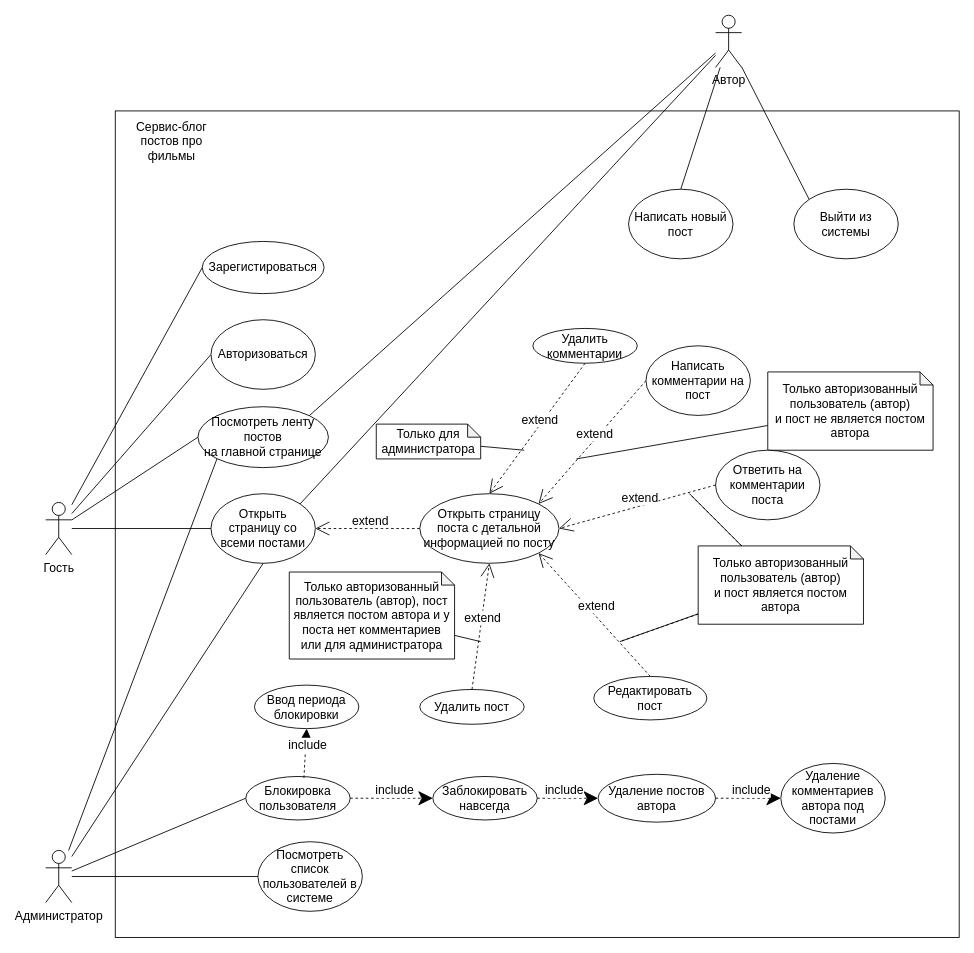
This is blog.drawio from VitaliiPopov00/Praktika_IV1-21, a draw.io file, before an edit. Source tidied: cells renumbered, new cells numbered last; positions are measured from the earlier drawing's top-left corner, leaving out a move shared by most shapes. Both pictures are drawn from the tidied source at 87%, with x=0, y=0 at pixel (45, 15).
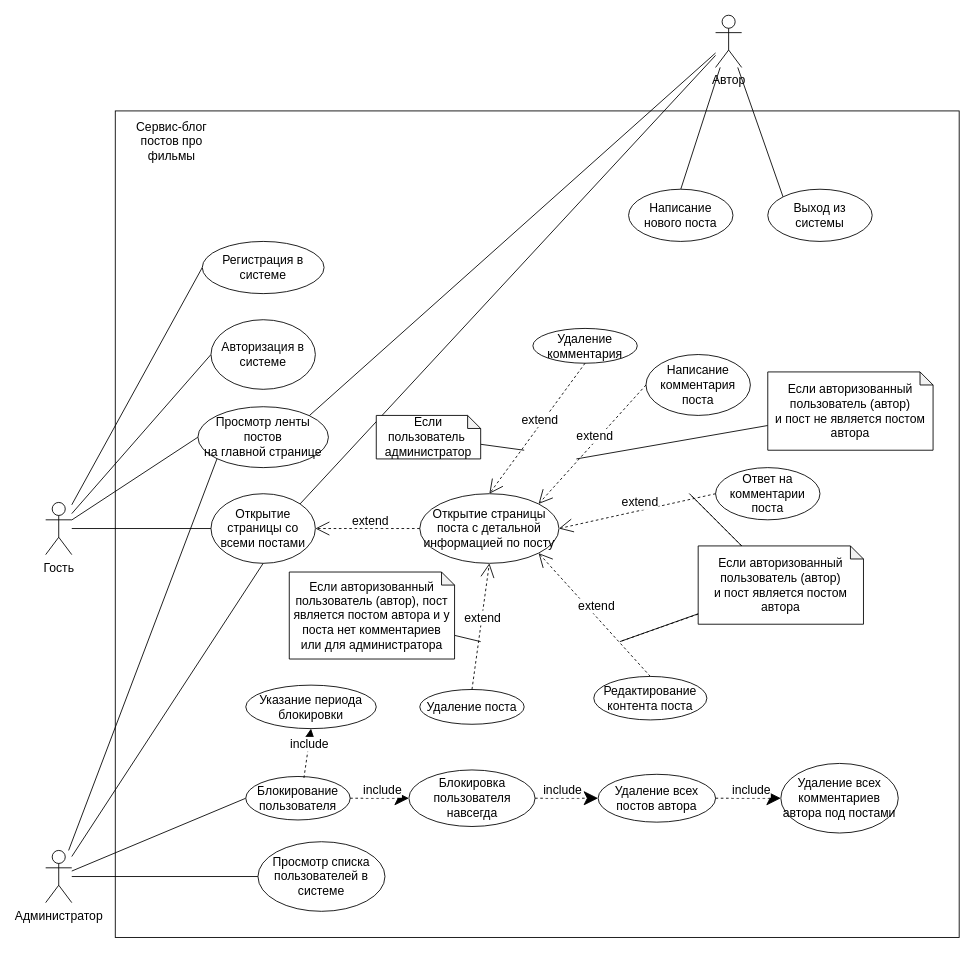
The same page after the edit.

The edit, as a diff of the source:
```diff
@@
-    <mxCell id="8" value="&lt;div&gt;Посмотреть ленту постов&lt;/div&gt;&lt;div&gt;на главной странице&lt;br&gt;&lt;/div&gt;" style="ellipse;whiteSpace=wrap;html=1;fontSize=14;" parent="1" vertex="1">
+    <mxCell id="8" value="&lt;div&gt;Просмотр ленты постов&lt;/div&gt;&lt;div&gt;на главной странице&lt;br&gt;&lt;/div&gt;" style="ellipse;whiteSpace=wrap;html=1;fontSize=14;" parent="1" vertex="1">
       <mxGeometry x="175" y="450" width="150" height="70" as="geometry" />
     </mxCell>
-    <mxCell id="9" value="Открыть страницу со всеми постами" style="ellipse;whiteSpace=wrap;html=1;fontSize=14;" parent="1" vertex="1">
+    <mxCell id="9" value="Открытие страницы со всеми постами" style="ellipse;whiteSpace=wrap;html=1;fontSize=14;" parent="1" vertex="1">
       <mxGeometry x="190" y="550" width="120" height="80" as="geometry" />
     </mxCell>
-    <mxCell id="10" value="Открыть страницу поста с детальной информацией по посту" style="ellipse;whiteSpace=wrap;html=1;fontSize=14;" parent="1" vertex="1">
+    <mxCell id="10" value="Открытие страницы поста с детальной информацией по посту" style="ellipse;whiteSpace=wrap;html=1;fontSize=14;" parent="1" vertex="1">
       <mxGeometry x="430" y="550" width="160" height="80" as="geometry" />
     </mxCell>
@@
-    <mxCell id="13" value="Зарегистироваться" style="ellipse;whiteSpace=wrap;html=1;fontSize=14;" parent="1" vertex="1">
+    <mxCell id="13" value="Регистрация в системе" style="ellipse;whiteSpace=wrap;html=1;fontSize=14;" parent="1" vertex="1">
       <mxGeometry x="180" y="260" width="140" height="60" as="geometry" />
     </mxCell>
-    <mxCell id="14" value="Авторизоваться" style="ellipse;whiteSpace=wrap;html=1;fontSize=14;" parent="1" vertex="1">
+    <mxCell id="14" value="Авторизация в системе" style="ellipse;whiteSpace=wrap;html=1;fontSize=14;" parent="1" vertex="1">
       <mxGeometry x="190" y="350" width="120" height="80" as="geometry" />
     </mxCell>
@@
-    <mxCell id="20" value="Написать комментарии на пост" style="ellipse;whiteSpace=wrap;html=1;fontSize=14;" parent="1" vertex="1">
-      <mxGeometry x="690" y="380" width="120" height="80" as="geometry" />
+    <mxCell id="20" value="Написание комментария поста" style="ellipse;whiteSpace=wrap;html=1;fontSize=14;" parent="1" vertex="1">
+      <mxGeometry x="690" y="390" width="120" height="70" as="geometry" />
     </mxCell>
@@
-    <mxCell id="24" value="&lt;div&gt;Только авторизованный пользователь (автор)&lt;/div&gt;&lt;div&gt;и пост не является постом автора&lt;br&gt;&lt;/div&gt;" style="shape=note;whiteSpace=wrap;html=1;backgroundOutline=1;darkOpacity=0.05;fontSize=14;size=15;" parent="1" vertex="1">
+    <mxCell id="24" value="&lt;div&gt;Если авторизованный пользователь (автор)&lt;/div&gt;&lt;div&gt;и пост не является постом автора&lt;br&gt;&lt;/div&gt;" style="shape=note;whiteSpace=wrap;html=1;backgroundOutline=1;darkOpacity=0.05;fontSize=14;size=15;" parent="1" vertex="1">
       <mxGeometry x="830" y="410" width="190" height="90" as="geometry" />
     </mxCell>
-    <mxCell id="25" value="Ответить на комментарии поста" style="ellipse;whiteSpace=wrap;html=1;fontSize=14;" parent="1" vertex="1">
-      <mxGeometry x="770" y="500" width="120" height="80" as="geometry" />
+    <mxCell id="25" value="Ответ на комментарии поста" style="ellipse;whiteSpace=wrap;html=1;fontSize=14;" parent="1" vertex="1">
+      <mxGeometry x="770" y="520" width="120" height="60" as="geometry" />
     </mxCell>
@@
-    <mxCell id="30" value="&lt;div&gt;Только авторизованный пользователь (автор)&lt;/div&gt;&lt;div&gt;и пост является постом автора&lt;br&gt;&lt;/div&gt;" style="shape=note;whiteSpace=wrap;html=1;backgroundOutline=1;darkOpacity=0.05;fontSize=14;size=15;" parent="1" vertex="1">
+    <mxCell id="30" value="&lt;div&gt;Если авторизованный пользователь (автор)&lt;/div&gt;&lt;div&gt;и пост является постом автора&lt;br&gt;&lt;/div&gt;" style="shape=note;whiteSpace=wrap;html=1;backgroundOutline=1;darkOpacity=0.05;fontSize=14;size=15;" parent="1" vertex="1">
       <mxGeometry x="750" y="610" width="190" height="90" as="geometry" />
     </mxCell>
-    <mxCell id="31" value="Редактировать пост" style="ellipse;whiteSpace=wrap;html=1;fontSize=14;" parent="1" vertex="1">
+    <mxCell id="31" value="Редактирование контента поста" style="ellipse;whiteSpace=wrap;html=1;fontSize=14;" parent="1" vertex="1">
       <mxGeometry x="630" y="760" width="130" height="50" as="geometry" />
     </mxCell>
@@
-    <mxCell id="34" value="Удалить пост" style="ellipse;whiteSpace=wrap;html=1;fontSize=14;" parent="1" vertex="1">
+    <mxCell id="34" value="Удаление поста" style="ellipse;whiteSpace=wrap;html=1;fontSize=14;" parent="1" vertex="1">
       <mxGeometry x="430" y="775" width="120" height="40" as="geometry" />
     </mxCell>
@@
-    <mxCell id="36" value="&lt;div&gt;Только авторизованный пользователь (автор), пост является постом автора и у поста нет комментариев&lt;/div&gt;&lt;div&gt;или для администратора&lt;br&gt;&lt;/div&gt;" style="shape=note;whiteSpace=wrap;html=1;backgroundOutline=1;darkOpacity=0.05;fontSize=14;size=15;" parent="1" vertex="1">
+    <mxCell id="36" value="&lt;div&gt;Если авторизованный пользователь (автор), пост является постом автора и у поста нет комментариев&lt;/div&gt;&lt;div&gt;или для администратора&lt;br&gt;&lt;/div&gt;" style="shape=note;whiteSpace=wrap;html=1;backgroundOutline=1;darkOpacity=0.05;fontSize=14;size=15;" parent="1" vertex="1">
       <mxGeometry x="280" y="640" width="190" height="100" as="geometry" />
     </mxCell>
@@
-    <mxCell id="39" value="Написать новый пост" style="ellipse;whiteSpace=wrap;html=1;fontSize=14;" parent="1" vertex="1">
-      <mxGeometry x="670" y="200" width="120" height="80" as="geometry" />
+    <mxCell id="39" value="Написание нового поста" style="ellipse;whiteSpace=wrap;html=1;fontSize=14;" parent="1" vertex="1">
+      <mxGeometry x="670" y="200" width="120" height="60" as="geometry" />
     </mxCell>
-    <mxCell id="40" value="Выйти из системы" style="ellipse;whiteSpace=wrap;html=1;fontSize=14;" parent="1" vertex="1">
-      <mxGeometry x="860" y="200" width="120" height="80" as="geometry" />
+    <mxCell id="40" value="Выход из системы" style="ellipse;whiteSpace=wrap;html=1;fontSize=14;" parent="1" vertex="1">
+      <mxGeometry x="830" y="200" width="120" height="60" as="geometry" />
     </mxCell>
@@
-    <mxCell id="48" value="Блокировка пользователя" style="ellipse;whiteSpace=wrap;html=1;fontSize=14;" parent="1" vertex="1">
+    <mxCell id="48" value="Блокирование пользователя" style="ellipse;whiteSpace=wrap;html=1;fontSize=14;" parent="1" vertex="1">
       <mxGeometry x="230" y="875" width="120" height="50" as="geometry" />
     </mxCell>
-    <mxCell id="49" value="Ввод периода блокировки" style="ellipse;whiteSpace=wrap;html=1;fontSize=14;" parent="1" vertex="1">
-      <mxGeometry x="240" y="770" width="120" height="50" as="geometry" />
+    <mxCell id="49" value="Указание периода блокировки" style="ellipse;whiteSpace=wrap;html=1;fontSize=14;" parent="1" vertex="1">
+      <mxGeometry x="230" y="770" width="150" height="50" as="geometry" />
     </mxCell>
@@
-    <mxCell id="52" value="Заблокировать навсегда" style="ellipse;whiteSpace=wrap;html=1;fontSize=14;" parent="1" vertex="1">
-      <mxGeometry x="445" y="875" width="120" height="50" as="geometry" />
+    <mxCell id="52" value="Блокировка пользователя навсегда" style="ellipse;whiteSpace=wrap;html=1;fontSize=14;" parent="1" vertex="1">
+      <mxGeometry x="417.5" y="867.5" width="145" height="65" as="geometry" />
     </mxCell>
@@
-    <mxCell id="55" value="Удаление постов автора" style="ellipse;whiteSpace=wrap;html=1;fontSize=14;" parent="1" vertex="1">
+    <mxCell id="55" value="Удаление всех постов автора" style="ellipse;whiteSpace=wrap;html=1;fontSize=14;" parent="1" vertex="1">
       <mxGeometry x="635" y="872.5" width="135" height="55" as="geometry" />
     </mxCell>
@@
-    <mxCell id="58" value="Удаление комментариев автора под постами" style="ellipse;whiteSpace=wrap;html=1;fontSize=14;" parent="1" vertex="1">
-      <mxGeometry x="845" y="860" width="120" height="80" as="geometry" />
+    <mxCell id="58" value="Удаление всех комментариев автора под постами" style="ellipse;whiteSpace=wrap;html=1;fontSize=14;" parent="1" vertex="1">
+      <mxGeometry x="845" y="860" width="135" height="80" as="geometry" />
     </mxCell>
@@
-    <mxCell id="61" value="Удалить комментарии" style="ellipse;whiteSpace=wrap;html=1;fontSize=14;" parent="1" vertex="1">
+    <mxCell id="61" value="Удаление комментария" style="ellipse;whiteSpace=wrap;html=1;fontSize=14;" parent="1" vertex="1">
       <mxGeometry x="560" y="360" width="120" height="40" as="geometry" />
     </mxCell>
@@
-    <mxCell id="65" value="Только для администратора" style="shape=note;whiteSpace=wrap;html=1;backgroundOutline=1;darkOpacity=0.05;fontSize=14;size=15;" parent="1" vertex="1">
-      <mxGeometry x="380" y="470" width="120" height="40" as="geometry" />
+    <mxCell id="65" value="Если пользователь&amp;nbsp; администратор" style="shape=note;whiteSpace=wrap;html=1;backgroundOutline=1;darkOpacity=0.05;fontSize=14;size=15;" parent="1" vertex="1">
+      <mxGeometry x="380" y="460" width="120" height="50" as="geometry" />
     </mxCell>
-    <mxCell id="66" value="Посмотреть список пользователей в системе" style="ellipse;whiteSpace=wrap;html=1;fontSize=14;" parent="1" vertex="1">
-      <mxGeometry x="244" y="950" width="120" height="80" as="geometry" />
+    <mxCell id="66" value="Просмотр списка пользователей в системе" style="ellipse;whiteSpace=wrap;html=1;fontSize=14;" parent="1" vertex="1">
+      <mxGeometry x="244" y="950" width="146" height="80" as="geometry" />
     </mxCell>
```
